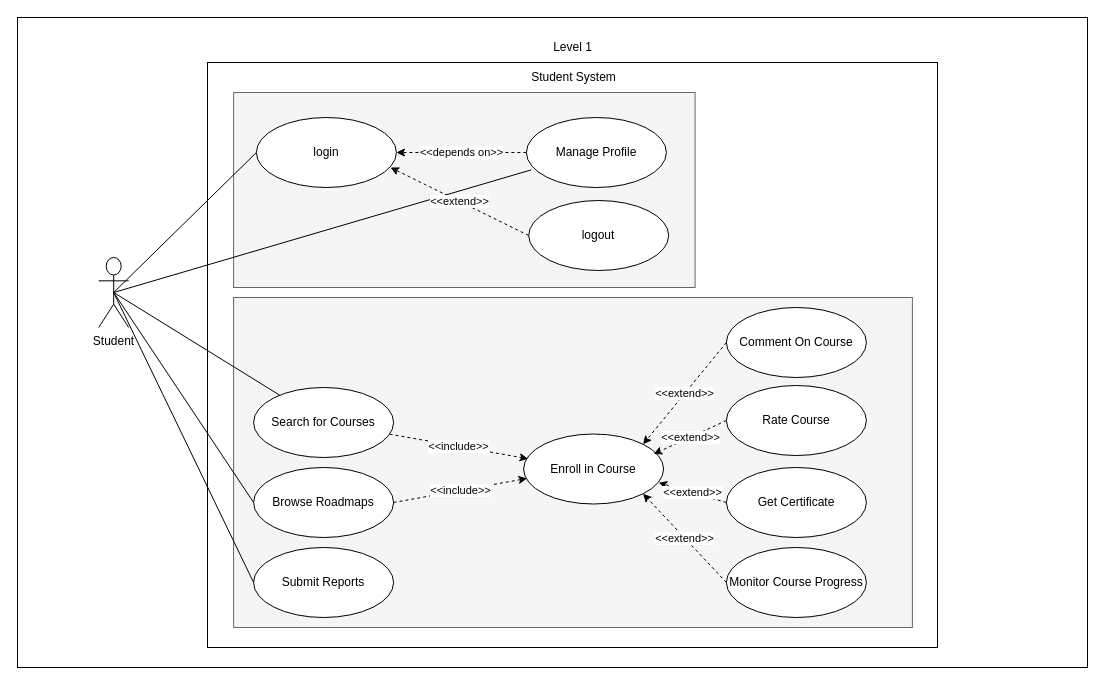
Earlier version of the draw.io diagram StudentsSystem.drawio (YAMANX8/UML). Source tidied: cells renumbered, new cells numbered last; positions are measured from the earlier drawing's top-left corner, leaving out a move shared by most shapes. Both pictures are drawn from the tidied source at 100%, with x=0, y=0 at pixel (17, 17).
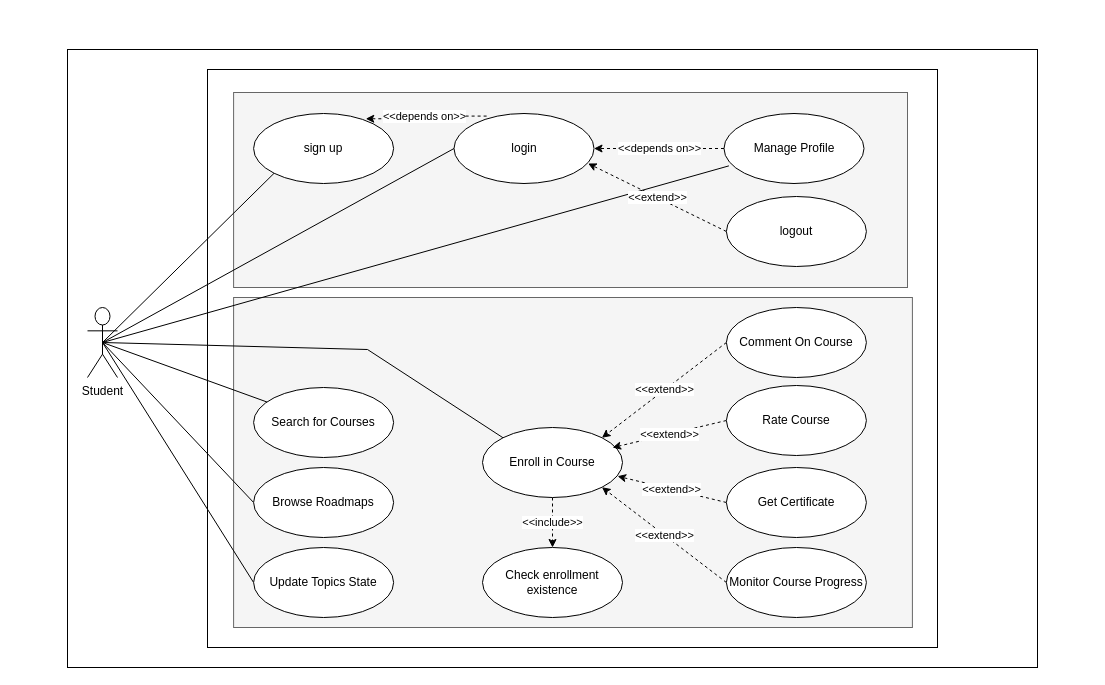
The same page after the edit.

The change refers to these unchanged cells:
```xml
<mxCell id="19" value="Search for Courses" style="ellipse;whiteSpace=wrap;html=1;" parent="1" vertex="1">
  <mxGeometry x="236.1" y="370" width="140" height="70" as="geometry" />
</mxCell>
<mxCell id="22" value="Browse Roadmaps" style="ellipse;whiteSpace=wrap;html=1;" parent="1" vertex="1">
  <mxGeometry x="236.1" y="450" width="140" height="70" as="geometry" />
</mxCell>
```

What changed in the source:
```diff
@@
     <mxCell id="2" style="rounded=0;whiteSpace=wrap;html=1;" parent="1" vertex="1">
-      <mxGeometry width="1070" height="650" as="geometry" />
+      <mxGeometry x="50" y="32" width="970" height="618" as="geometry" />
     </mxCell>
     <mxCell id="3" style="rounded=0;whiteSpace=wrap;html=1;" parent="1" vertex="1">
-      <mxGeometry x="190" y="45" width="730" height="585" as="geometry" />
+      <mxGeometry x="190" y="52" width="730" height="578" as="geometry" />
     </mxCell>
@@
     <mxCell id="5" style="rounded=0;whiteSpace=wrap;html=1;fillColor=#f5f5f5;strokeColor=#666666;fontColor=#333333;" parent="1" vertex="1">
-      <mxGeometry x="216.1" y="75" width="461.5" height="195" as="geometry" />
+      <mxGeometry x="216.1" y="75" width="673.9" height="195" as="geometry" />
     </mxCell>
@@
-    <mxCell id="7" value="Level 1" style="text;html=1;align=center;verticalAlign=middle;strokeColor=none;fillColor=none;" parent="1" vertex="1">
-      <mxGeometry x="525" y="15" width="60" height="30" as="geometry" />
-    </mxCell>
-    <mxCell id="8" value="Student System" style="text;html=1;align=center;verticalAlign=middle;strokeColor=none;fillColor=none;" parent="1" vertex="1">
-      <mxGeometry x="501" y="45" width="110" height="30" as="geometry" />
-    </mxCell>
@@
+    <mxCell id="33" style="rounded=0;jettySize=auto;html=1;exitX=0.5;exitY=0.5;exitDx=0;exitDy=0;exitPerimeter=0;entryX=0;entryY=0;entryDx=0;entryDy=0;endArrow=none;endFill=0;" parent="1" edge="1" source="14" target="17">
+      <mxGeometry relative="1" as="geometry">
+        <Array as="points">
+          <mxPoint x="350" y="332" />
+        </Array>
+      </mxGeometry>
+    </mxCell>
+    <mxCell id="34" style="rounded=0;jettySize=auto;html=1;exitX=0.5;exitY=0.5;exitDx=0;exitDy=0;exitPerimeter=0;entryX=0;entryY=1;entryDx=0;entryDy=0;endArrow=none;endFill=0;" parent="1" edge="1" source="14" target="38">
+      <mxGeometry relative="1" as="geometry" />
+    </mxCell>
     <mxCell id="14" value="Student" style="shape=umlActor;verticalLabelPosition=bottom;verticalAlign=top;html=1;outlineConnect=0;" parent="1" vertex="1">
-      <mxGeometry x="81.2" y="240" width="30" height="70" as="geometry" />
+      <mxGeometry x="70" y="290" width="30" height="70" as="geometry" />
     </mxCell>
+    <mxCell id="35" value="&amp;lt;&amp;lt;depends on&amp;gt;&amp;gt;" style="edgeStyle=orthogonalEdgeStyle;rounded=0;jettySize=auto;html=1;exitX=0.233;exitY=0.037;exitDx=0;exitDy=0;entryX=0.801;entryY=0.075;entryDx=0;entryDy=0;dashed=1;entryPerimeter=0;exitPerimeter=0;" parent="1" edge="1" source="15" target="38">
+      <mxGeometry relative="1" as="geometry" />
+    </mxCell>
     <mxCell id="15" value="login" style="ellipse;whiteSpace=wrap;html=1;" parent="1" vertex="1">
-      <mxGeometry x="238.9" y="100" width="140" height="70" as="geometry" />
+      <mxGeometry x="436.5" y="96" width="140" height="70" as="geometry" />
     </mxCell>
     <mxCell id="16" value="Manage Profile" style="ellipse;whiteSpace=wrap;html=1;" parent="1" vertex="1">
-      <mxGeometry x="508.9" y="100" width="140" height="70" as="geometry" />
+      <mxGeometry x="706.5" y="96" width="140" height="70" as="geometry" />
     </mxCell>
+    <mxCell id="36" value="&amp;lt;&amp;lt;include&amp;gt;&amp;gt;" style="rounded=0;jettySize=auto;html=1;exitX=0.5;exitY=1;exitDx=0;exitDy=0;entryX=0.5;entryY=0;entryDx=0;entryDy=0;dashed=1;" parent="1" edge="1" source="17" target="37">
+      <mxGeometry relative="1" as="geometry" />
+    </mxCell>
     <mxCell id="17" value="Enroll in Course" style="ellipse;whiteSpace=wrap;html=1;" parent="1" vertex="1">
-      <mxGeometry x="506.1" y="416.5" width="140" height="70" as="geometry" />
+      <mxGeometry x="465" y="410" width="140" height="70" as="geometry" />
     </mxCell>
-    <mxCell id="18" value="&amp;lt;&amp;lt;include&amp;gt;&amp;gt;" style="rounded=0;jettySize=auto;html=1;entryX=0.032;entryY=0.354;entryDx=0;entryDy=0;dashed=1;entryPerimeter=0;" parent="1" edge="1" source="19" target="17">
-      <mxGeometry relative="1" as="geometry" />
-    </mxCell>
@@
-    <mxCell id="20" value="Submit Reports" style="ellipse;whiteSpace=wrap;html=1;" parent="1" vertex="1">
+    <mxCell id="20" value="Update Topics State" style="ellipse;whiteSpace=wrap;html=1;" parent="1" vertex="1">
       <mxGeometry x="236.1" y="530" width="140" height="70" as="geometry" />
     </mxCell>
-    <mxCell id="21" value="&amp;lt;&amp;lt;include&amp;gt;&amp;gt;" style="rounded=0;jettySize=auto;html=1;exitX=1;exitY=0.5;exitDx=0;exitDy=0;dashed=1;entryX=0.024;entryY=0.635;entryDx=0;entryDy=0;entryPerimeter=0;" parent="1" edge="1" source="22" target="17">
-      <mxGeometry relative="1" as="geometry" />
-    </mxCell>
@@
     <mxCell id="32" value="logout" style="ellipse;whiteSpace=wrap;html=1;" parent="1" vertex="1">
-      <mxGeometry x="511.2" y="183" width="140" height="70" as="geometry" />
+      <mxGeometry x="708.9" y="179" width="140" height="70" as="geometry" />
     </mxCell>
+    <mxCell id="37" value="Check enrollment existence" style="ellipse;whiteSpace=wrap;html=1;" parent="1" vertex="1">
+      <mxGeometry x="465" y="530" width="140" height="70" as="geometry" />
+    </mxCell>
+    <mxCell id="38" value="sign up" style="ellipse;whiteSpace=wrap;html=1;" parent="1" vertex="1">
+      <mxGeometry x="236.1" y="96" width="140" height="70" as="geometry" />
+    </mxCell>
```
